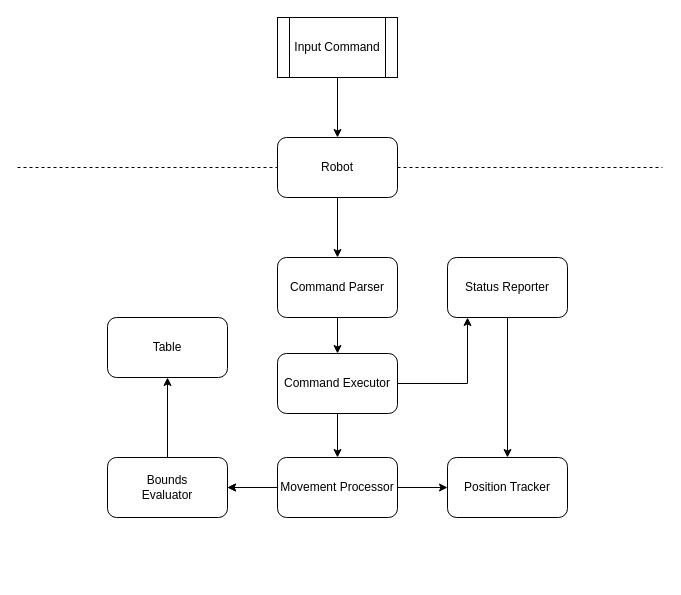
This is doc/Component Diagram.drawio from Hardcoded-NS/LibToyBot, a draw.io file, before an edit. Source tidied: cells renumbered, new cells numbered last; positions are measured from the earlier drawing's top-left corner, leaving out a move shared by most shapes. Both pictures are drawn from the tidied source at 100%, with x=0, y=0 at pixel (17, 17).
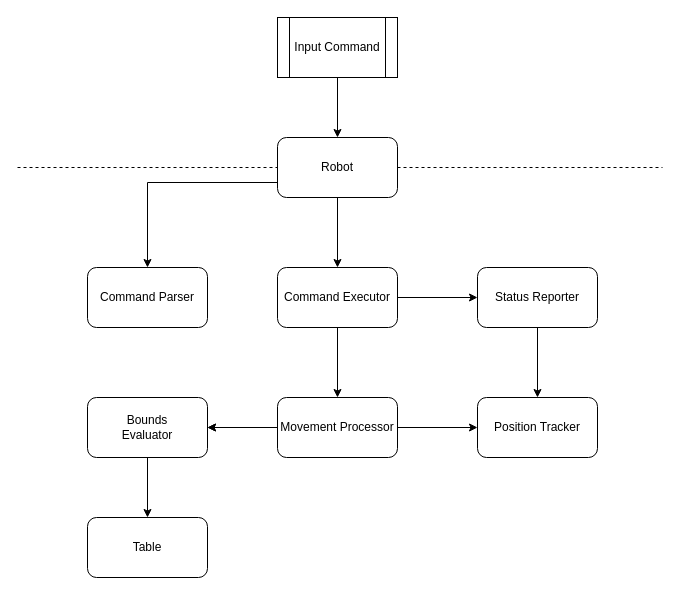
The same page after the edit.

Unchanged cells that the change refers to:
```xml
<mxCell id="16" value="Robot" style="rounded=1;whiteSpace=wrap;html=1;" parent="1" vertex="1">
  <mxGeometry x="260" y="120" width="120" height="60" as="geometry" />
</mxCell>
```

Diff of the diagram source:
```diff
@@
     <mxCell id="3" style="edgeStyle=orthogonalEdgeStyle;rounded=0;jettySize=auto;html=1;" parent="1" edge="1" source="4" target="10">
-      <mxGeometry relative="1" as="geometry">
-        <Array as="points">
-          <mxPoint x="450" y="366" />
-        </Array>
-      </mxGeometry>
+      <mxGeometry relative="1" as="geometry" />
     </mxCell>
     <mxCell id="4" value="Command Executor" style="rounded=1;whiteSpace=wrap;html=1;" parent="1" vertex="1">
-      <mxGeometry x="260" y="336" width="120" height="60" as="geometry" />
+      <mxGeometry x="260" y="250" width="120" height="60" as="geometry" />
     </mxCell>
@@
     <mxCell id="8" value="Movement Processor" style="rounded=1;whiteSpace=wrap;html=1;" parent="1" vertex="1">
-      <mxGeometry x="260" y="440" width="120" height="60" as="geometry" />
+      <mxGeometry x="260" y="380" width="120" height="60" as="geometry" />
     </mxCell>
@@
     <mxCell id="10" value="Status Reporter" style="rounded=1;whiteSpace=wrap;html=1;" parent="1" vertex="1">
-      <mxGeometry x="430" y="240" width="120" height="60" as="geometry" />
+      <mxGeometry x="460" y="250" width="120" height="60" as="geometry" />
     </mxCell>
     <mxCell id="11" value="Position Tracker" style="rounded=1;whiteSpace=wrap;html=1;" parent="1" vertex="1">
-      <mxGeometry x="430" y="440" width="120" height="60" as="geometry" />
+      <mxGeometry x="460" y="380" width="120" height="60" as="geometry" />
     </mxCell>
@@
-    <mxCell id="15" style="edgeStyle=orthogonalEdgeStyle;rounded=0;jettySize=auto;html=1;" parent="1" edge="1" source="16" target="19">
+    <mxCell id="15" style="edgeStyle=orthogonalEdgeStyle;rounded=0;jettySize=auto;html=1;exitX=0;exitY=0.75;exitDx=0;exitDy=0;entryX=0.5;entryY=0;entryDx=0;entryDy=0;" parent="1" edge="1" source="16" target="19">
       <mxGeometry relative="1" as="geometry" />
     </mxCell>
+    <mxCell id="23" style="edgeStyle=orthogonalEdgeStyle;rounded=0;jettySize=auto;html=1;" parent="1" edge="1" source="16" target="4">
+      <mxGeometry relative="1" as="geometry" />
+    </mxCell>
@@
     <mxCell id="17" value="Table" style="rounded=1;whiteSpace=wrap;html=1;" parent="1" vertex="1">
-      <mxGeometry x="90" y="300" width="120" height="60" as="geometry" />
+      <mxGeometry x="70" y="500" width="120" height="60" as="geometry" />
     </mxCell>
-    <mxCell id="18" style="edgeStyle=orthogonalEdgeStyle;rounded=0;jettySize=auto;html=1;" parent="1" edge="1" source="19" target="4">
-      <mxGeometry relative="1" as="geometry" />
-    </mxCell>
     <mxCell id="19" value="Command Parser" style="rounded=1;whiteSpace=wrap;html=1;" parent="1" vertex="1">
-      <mxGeometry x="260" y="240" width="120" height="60" as="geometry" />
+      <mxGeometry x="70" y="250" width="120" height="60" as="geometry" />
     </mxCell>
@@
     <mxCell id="21" value="Bounds&lt;br&gt;Evaluator" style="rounded=1;whiteSpace=wrap;html=1;" parent="1" vertex="1">
-      <mxGeometry x="90" y="440" width="120" height="60" as="geometry" />
+      <mxGeometry x="70" y="380" width="120" height="60" as="geometry" />
     </mxCell>
```
